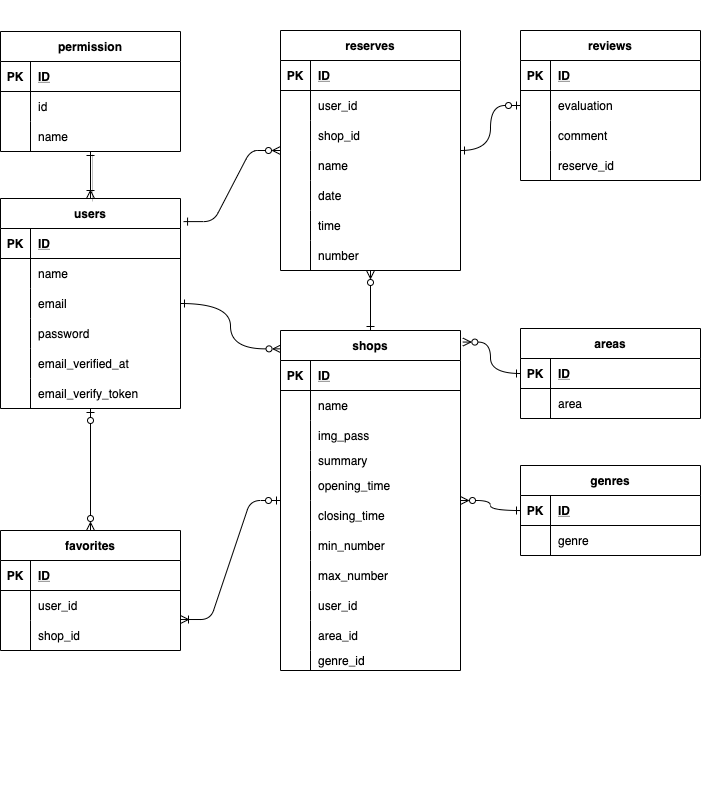
sy-andou/Rese_Netlify keeps this draw.io diagram as Rese_relation.drawio.png. Above is the earlier version. Source tidied: cells renumbered, new cells last; positions are measured from the earlier drawing's top-left corner, leaving out a move shared by most shapes.
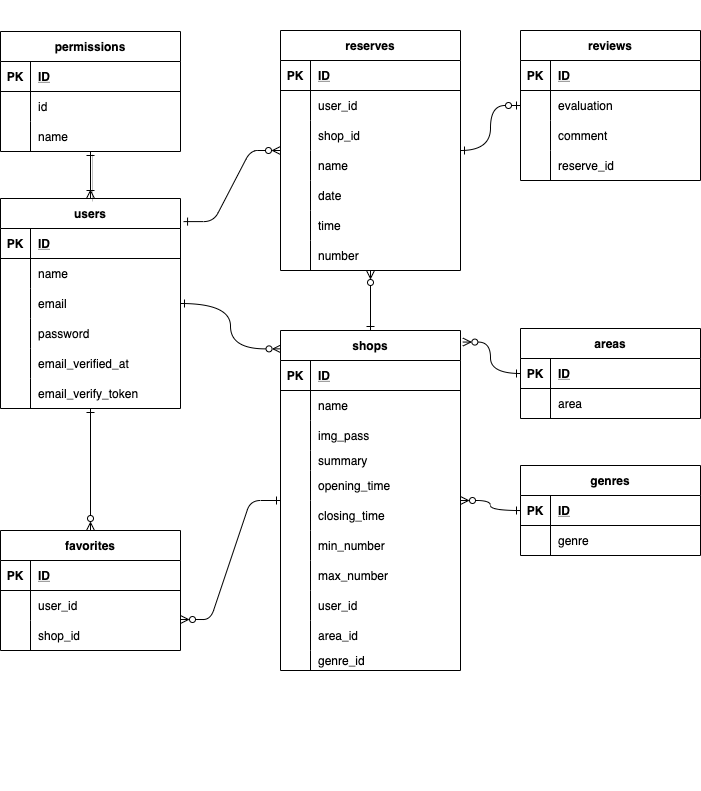
Later version of the same file.

Diff of the diagram source:
```diff
@@ -98,10 +98,10 @@
     <mxCell id="33" style="fontSize=12;html=1;endArrow=ERzeroToMany;edgeStyle=orthogonalEdgeStyle;curved=1;startArrow=ERone;startFill=0;endFill=0;" parent="2" edge="1" source="94" target="58">
       <mxGeometry relative="1" as="geometry" />
     </mxCell>
-    <mxCell id="34" style="fontSize=12;html=1;endArrow=ERzeroToMany;startArrow=ERzeroToOne;endFill=0;edgeStyle=orthogonalEdgeStyle;curved=1;" parent="2" edge="1" source="3" target="22">
+    <mxCell id="34" style="fontSize=12;html=1;endArrow=ERzeroToMany;startArrow=ERone;endFill=0;edgeStyle=orthogonalEdgeStyle;curved=1;startFill=0;" parent="2" edge="1" source="3" target="22">
       <mxGeometry relative="1" as="geometry" />
     </mxCell>
-    <mxCell id="35" style="fontSize=12;html=1;endArrow=ERoneToMany;startArrow=ERzeroToOne;entryX=1;entryY=-0.033;entryDx=0;entryDy=0;entryPerimeter=0;edgeStyle=entityRelationEdgeStyle;" parent="2" edge="1" source="94" target="29">
+    <mxCell id="35" style="fontSize=12;html=1;endArrow=ERzeroToMany;startArrow=ERone;entryX=1;entryY=-0.033;entryDx=0;entryDy=0;entryPerimeter=0;edgeStyle=entityRelationEdgeStyle;startFill=0;endFill=0;" parent="2" edge="1" source="94" target="29">
       <mxGeometry relative="1" as="geometry" />
     </mxCell>
     <mxCell id="36" value="areas" style="shape=table;startSize=30;rowLines=0;fontStyle=1;align=center;" parent="2" vertex="1">
@@ -137,7 +137,7 @@
     <mxCell id="46" style="shape=partialRectangle;fillColor=none;top=0;left=0;bottom=0;right=0;overflow=hidden;" parent="45" vertex="1">
       <mxGeometry width="30" height="30" as="geometry" />
     </mxCell>
-    <mxCell id="47" value="permission" style="shape=table;startSize=30;rowLines=0;fontStyle=1;align=center;" parent="2" vertex="1">
+    <mxCell id="47" value="permissions" style="shape=table;startSize=30;rowLines=0;fontStyle=1;align=center;" parent="2" vertex="1">
       <mxGeometry y="31" width="180" height="120" as="geometry" />
     </mxCell>
     <mxCell id="48" style="shape=partialRectangle;fillColor=none;top=0;left=0;bottom=1;right=0;" parent="47" vertex="1">
```
